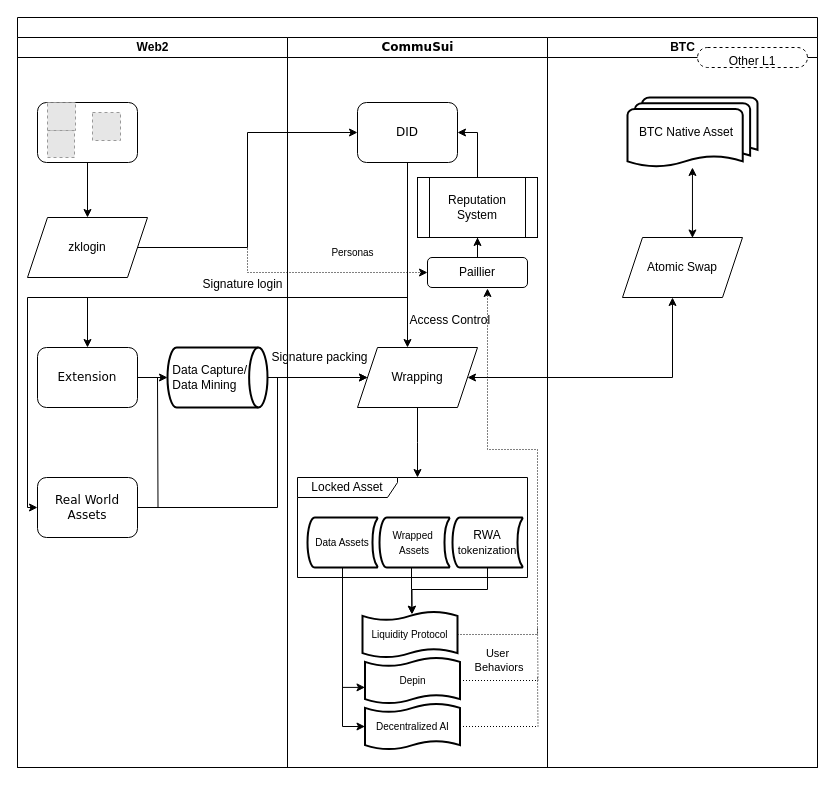
Above: ArchFlow.drawio in CommuSA/CommuSui (draw.io), before the change. Source tidied: cells renumbered, new cells numbered last; positions are measured from the earlier drawing's top-left corner, leaving out a move shared by most shapes. Both pictures are drawn from the tidied source at 100%, with x=0, y=0 at pixel (17, 17). Pictures stored in the file or linked from it are replaced by grey dashed boxes.
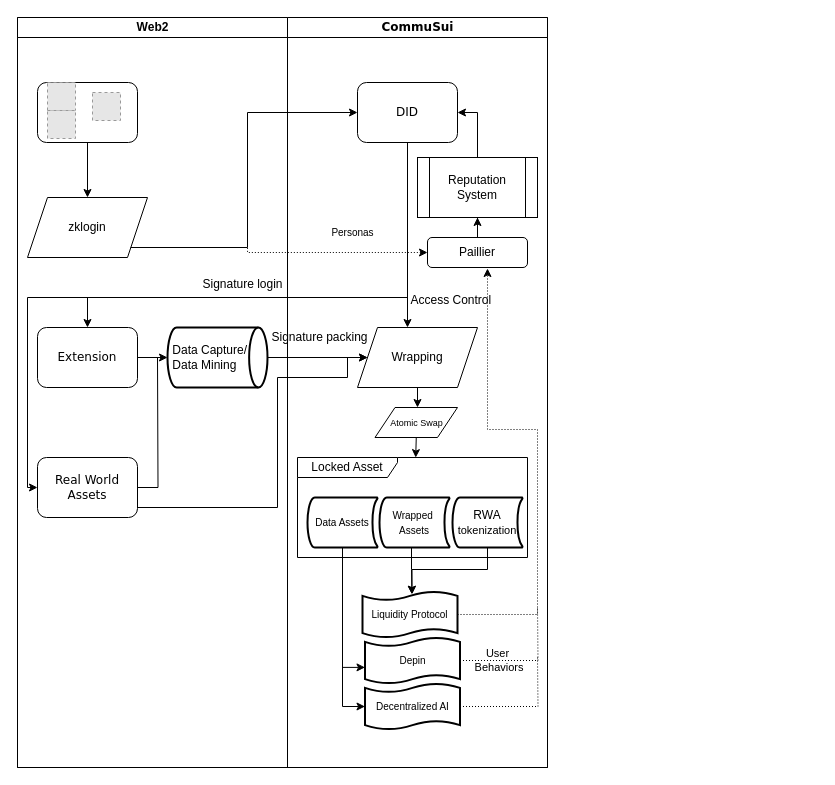
The same diagram, later.

Unchanged cells that the change refers to:
```xml
<mxCell id="9" value="zklogin" style="shape=parallelogram;perimeter=parallelogramPerimeter;whiteSpace=wrap;html=1;fixedSize=1;" parent="3" vertex="1">
  <mxGeometry x="10" y="180" width="120" height="60" as="geometry" />
</mxCell>
<mxCell id="14" value="&lt;font style=&quot;font-size: 12px;&quot;&gt;Real World Assets&lt;/font&gt;" style="rounded=1;whiteSpace=wrap;html=1;shadow=0;labelBackgroundColor=none;strokeWidth=1;fontFamily=Verdana;fontSize=8;align=center;" parent="3" vertex="1">
  <mxGeometry x="20" y="440" width="100" height="60" as="geometry" />
</mxCell>
<mxCell id="17" value="&lt;font style=&quot;font-size: 12px;&quot;&gt;DID&lt;/font&gt;" style="rounded=1;whiteSpace=wrap;html=1;shadow=0;labelBackgroundColor=none;strokeWidth=1;fontFamily=Verdana;fontSize=8;align=center;" parent="15" vertex="1">
  <mxGeometry x="70" y="65" width="100" height="60" as="geometry" />
</mxCell>
<mxCell id="18" value="Wrapping" style="shape=parallelogram;perimeter=parallelogramPerimeter;whiteSpace=wrap;html=1;fixedSize=1;" parent="15" vertex="1">
  <mxGeometry x="70" y="310" width="120" height="60" as="geometry" />
</mxCell>
<mxCell id="20" value="Locked Asset" style="shape=umlFrame;whiteSpace=wrap;html=1;width=100;height=20;" parent="15" vertex="1">
  <mxGeometry x="10" y="440" width="230" height="100" as="geometry" />
</mxCell>
<mxCell id="37" value="Paillier" style="rounded=1;whiteSpace=wrap;html=1;" parent="15" vertex="1">
  <mxGeometry x="140" y="220" width="100" height="30" as="geometry" />
</mxCell>
```

What changed in the source:
```diff
@@
-    <mxCell id="2" style="swimlane;html=1;startSize=20;rounded=0;shadow=0;labelBackgroundColor=none;strokeWidth=1;fontFamily=Verdana;fontSize=8;align=center;" parent="1" vertex="1">
-      <mxGeometry width="800" height="750" as="geometry" />
+    <mxCell id="2" style="swimlane;html=1;startSize=0;rounded=0;shadow=0;labelBackgroundColor=none;strokeWidth=1;fontFamily=Verdana;fontSize=8;align=center;" parent="1" vertex="1">
+      <mxGeometry width="530" height="750" as="geometry" />
     </mxCell>
     <mxCell id="3" value="Web2" style="swimlane;html=1;startSize=20;" parent="2" vertex="1">
-      <mxGeometry y="20" width="270" height="730" as="geometry" />
+      <mxGeometry width="270" height="750" as="geometry" />
     </mxCell>
@@
-    <mxCell id="10" style="fillColor=#E6E6E6;strokeColor=#999999;dashed=1;html=1;verticalAlign=top;verticalLabelPosition=bottom;labelBackgroundColor=#ffffff;" parent="3" vertex="1">
-      <mxGeometry x="30" y="93" width="27" height="27" as="geometry" />
-    </mxCell>
@@
+    <mxCell id="55" style="fillColor=#E6E6E6;strokeColor=#999999;dashed=1;html=1;verticalAlign=top;verticalLabelPosition=bottom;labelBackgroundColor=#ffffff;" parent="3" vertex="1">
+      <mxGeometry x="30" y="93" width="28" height="28" as="geometry" />
+    </mxCell>
     <mxCell id="15" value="&lt;span style=&quot;font-family: Verdana;&quot;&gt;&lt;font style=&quot;font-size: 12px;&quot;&gt;CommuSui&lt;/font&gt;&lt;/span&gt;" style="swimlane;html=1;startSize=20;" parent="2" vertex="1">
-      <mxGeometry x="270" y="20" width="260" height="730" as="geometry" />
+      <mxGeometry x="270" width="260" height="750" as="geometry" />
     </mxCell>
@@
-    <mxCell id="19" style="edgeStyle=orthogonalEdgeStyle;rounded=0;jettySize=auto;html=1;entryX=0.5;entryY=0;entryDx=0;entryDy=0;entryPerimeter=0;" parent="15" edge="1" source="18">
+    <mxCell id="19" style="edgeStyle=orthogonalEdgeStyle;rounded=0;jettySize=auto;html=1;" parent="15" edge="1" source="18">
       <mxGeometry relative="1" as="geometry">
-        <mxPoint x="130" y="440" as="targetPoint" />
+        <mxPoint x="130" y="390" as="targetPoint" />
       </mxGeometry>
     </mxCell>
@@
-    <mxCell id="40" value="BTC" style="swimlane;html=1;startSize=20;" parent="2" vertex="1">
-      <mxGeometry x="530" y="20" width="270" height="730" as="geometry" />
-    </mxCell>
-    <mxCell id="41" value="&amp;nbsp; &amp;nbsp;BTC Native Asset&amp;nbsp;" style="strokeWidth=2;html=1;shape=mxgraph.flowchart.multi-document;whiteSpace=wrap;align=left;" parent="40" vertex="1">
-      <mxGeometry x="80" y="60" width="130" height="70" as="geometry" />
-    </mxCell>
+    <mxCell id="52" value="Access Control&amp;nbsp;" style="text;html=1;align=center;verticalAlign=middle;strokeColor=none;fillColor=none;" parent="15" vertex="1">
+      <mxGeometry x="110" y="268" width="110" height="30" as="geometry" />
+    </mxCell>
-    <mxCell id="42" value="Atomic Swap" style="shape=parallelogram;perimeter=parallelogramPerimeter;whiteSpace=wrap;html=1;fixedSize=1;" parent="40" vertex="1">
-      <mxGeometry x="75" y="200" width="120" height="60" as="geometry" />
+    <mxCell id="42" value="&lt;font style=&quot;font-size: 9px;&quot;&gt;Atomic Swap&lt;/font&gt;" style="shape=parallelogram;perimeter=parallelogramPerimeter;whiteSpace=wrap;html=1;fixedSize=1;" parent="15" vertex="1">
+      <mxGeometry x="87.5" y="390" width="82.5" height="30" as="geometry" />
     </mxCell>
-    <mxCell id="43" style="edgeStyle=orthogonalEdgeStyle;rounded=0;jettySize=auto;html=1;entryX=0.583;entryY=0.008;entryDx=0;entryDy=0;entryPerimeter=0;startArrow=classic;startFill=1;" parent="40" edge="1" source="41" target="42">
-      <mxGeometry relative="1" as="geometry" />
-    </mxCell>
+    <mxCell id="56" style="edgeStyle=orthogonalEdgeStyle;rounded=0;jettySize=auto;html=1;exitX=0.5;exitY=1;exitDx=0;exitDy=0;entryX=0.514;entryY=0.001;entryDx=0;entryDy=0;entryPerimeter=0;" parent="15" edge="1" source="42" target="20">
+      <mxGeometry relative="1" as="geometry" />
+    </mxCell>
     <mxCell id="44" style="edgeStyle=orthogonalEdgeStyle;rounded=0;jettySize=auto;html=1;entryX=0;entryY=0.5;entryDx=0;entryDy=0;" parent="2" edge="1" source="9" target="17">
       <mxGeometry relative="1" as="geometry">
         <Array as="points">
           <mxPoint x="230" y="230" />
-          <mxPoint x="230" y="115" />
+          <mxPoint x="230" y="95" />
         </Array>
       </mxGeometry>
     </mxCell>
@@
-    <mxCell id="47" style="edgeStyle=orthogonalEdgeStyle;rounded=0;jettySize=auto;html=1;entryX=1;entryY=0.5;entryDx=0;entryDy=0;startArrow=classic;startFill=1;" parent="2" edge="1" source="42" target="18">
-      <mxGeometry relative="1" as="geometry">
-        <Array as="points">
-          <mxPoint x="655" y="360" />
-        </Array>
-      </mxGeometry>
-    </mxCell>
     <mxCell id="48" style="edgeStyle=orthogonalEdgeStyle;rounded=0;jettySize=auto;html=1;entryX=0;entryY=0.5;entryDx=0;entryDy=0;" parent="2" edge="1" source="14" target="18">
       <mxGeometry relative="1" as="geometry">
         <Array as="points">
           <mxPoint x="260" y="490" />
           <mxPoint x="260" y="360" />
+          <mxPoint x="330" y="360" />
+          <mxPoint x="330" y="340" />
         </Array>
       </mxGeometry>
     </mxCell>
@@
     <mxCell id="50" style="edgeStyle=orthogonalEdgeStyle;rounded=0;jettySize=auto;html=1;entryX=0;entryY=0.5;entryDx=0;entryDy=0;dashed=1;dashPattern=1 2;" parent="2" edge="1" source="9" target="37">
       <mxGeometry relative="1" as="geometry">
         <Array as="points">
           <mxPoint x="230" y="230" />
-          <mxPoint x="230" y="255" />
+          <mxPoint x="230" y="235" />
         </Array>
       </mxGeometry>
     </mxCell>
-    <mxCell id="51" value="Other L1" style="html=1;align=center;verticalAlign=top;rounded=1;absoluteArcSize=1;arcSize=20;dashed=1;whiteSpace=wrap;" parent="1" vertex="1">
-      <mxGeometry x="680" y="30" width="110" height="20" as="geometry" />
-    </mxCell>
-    <mxCell id="52" value="Access Control&amp;nbsp;" style="text;html=1;align=center;verticalAlign=middle;strokeColor=none;fillColor=none;" parent="1" vertex="1">
-      <mxGeometry x="379" y="288" width="110" height="30" as="geometry" />
-    </mxCell>
```
